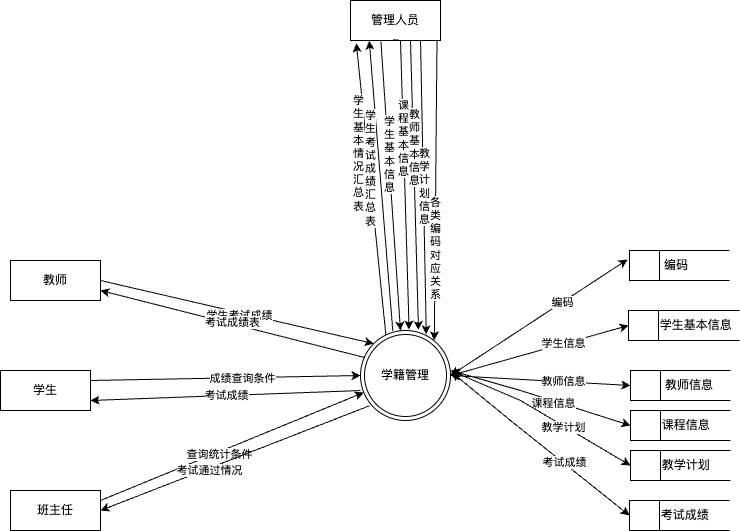
Before: .drawio.png, a diagram exported from draw.io (SwanWoo/A_Long_Road). Source tidied: cells renumbered, new cells last; positions are measured from the earlier drawing's top-left corner, leaving out a move shared by most shapes.
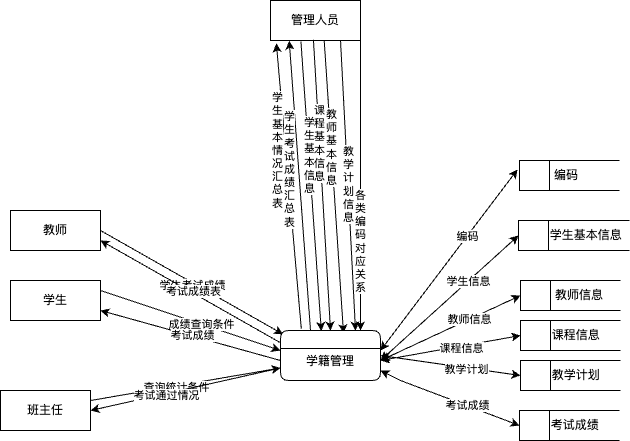
After the commit.

Commit message:
一层数据流图.drawio.png

What changed in the source:
```diff
@@ -3,20 +3,17 @@
     <mxCell id="0" />
     <mxCell id="1" parent="0" />
     <mxCell id="2" value="管理人员" style="html=1;dashed=0;whiteSpace=wrap;" parent="1" vertex="1">
-      <mxGeometry x="350" width="90" height="40" as="geometry" />
+      <mxGeometry x="380" y="90" width="90" height="40" as="geometry" />
     </mxCell>
     <mxCell id="3" value="教师" style="html=1;dashed=0;whiteSpace=wrap;" parent="1" vertex="1">
-      <mxGeometry x="10" y="260" width="90" height="40" as="geometry" />
+      <mxGeometry x="120" y="300" width="90" height="40" as="geometry" />
     </mxCell>
     <mxCell id="4" value="学生" style="html=1;dashed=0;whiteSpace=wrap;" parent="1" vertex="1">
-      <mxGeometry y="370" width="90" height="40" as="geometry" />
+      <mxGeometry x="120" y="370" width="90" height="40" as="geometry" />
     </mxCell>
     <mxCell id="5" value="班主任" style="html=1;dashed=0;whiteSpace=wrap;" parent="1" vertex="1">
-      <mxGeometry x="10" y="490" width="90" height="40" as="geometry" />
+      <mxGeometry x="110" y="480" width="90" height="40" as="geometry" />
     </mxCell>
-    <mxCell id="6" value="学籍管理" style="ellipse;shape=doubleEllipse;html=1;dashed=0;whiteSpace=wrap;" parent="1" vertex="1">
-      <mxGeometry x="360" y="330" width="90" height="90" as="geometry" />
-    </mxCell>
     <mxCell id="7" value="&amp;nbsp; &amp;nbsp; &amp;nbsp; &amp;nbsp; &amp;nbsp;教师信息" style="html=1;dashed=0;whiteSpace=wrap;shape=mxgraph.dfd.dataStoreID;align=left;spacingLeft=3;points=[[0,0],[0.5,0],[1,0],[0,0.5],[1,0.5],[0,1],[0.5,1],[1,1]];" parent="1" vertex="1">
       <mxGeometry x="630" y="370" width="100" height="30" as="geometry" />
     </mxCell>
@@ -35,24 +32,30 @@
     <mxCell id="12" value="&amp;nbsp; &amp;nbsp; &amp;nbsp; &amp;nbsp; 考试成绩" style="html=1;dashed=0;whiteSpace=wrap;shape=mxgraph.dfd.dataStoreID;align=left;spacingLeft=3;points=[[0,0],[0.5,0],[1,0],[0,0.5],[1,0.5],[0,1],[0.5,1],[1,1]];" parent="1" vertex="1">
       <mxGeometry x="629" y="500" width="100" height="30" as="geometry" />
     </mxCell>
-    <mxCell id="13" style="endArrow=classic;startArrow=classic;html=1;rounded=0;exitX=1;exitY=0.5;exitDx=0;exitDy=0;entryX=-0.02;entryY=0.3;entryDx=0;entryDy=0;entryPerimeter=0;" parent="1" edge="1" source="6" target="9">
-      <mxGeometry relative="1" as="geometry" />
+    <mxCell id="13" style="endArrow=classic;startArrow=classic;html=1;rounded=0;entryX=-0.02;entryY=0.3;entryDx=0;entryDy=0;entryPerimeter=0;" parent="1" edge="1" target="9">
+      <mxGeometry relative="1" as="geometry">
+        <mxPoint x="490" y="440" as="sourcePoint" />
+      </mxGeometry>
     </mxCell>
     <mxCell id="14" value="编码" style="edgeLabel;html=1;align=center;verticalAlign=middle;" parent="13" vertex="1">
       <mxGeometry x="0.26" relative="1" as="geometry">
         <mxPoint y="-1" as="offset" />
       </mxGeometry>
     </mxCell>
-    <mxCell id="15" style="endArrow=classic;startArrow=classic;html=1;rounded=0;exitX=1;exitY=0.5;exitDx=0;exitDy=0;entryX=0;entryY=0.5;entryDx=0;entryDy=0;" parent="1" edge="1" source="6" target="8">
-      <mxGeometry relative="1" as="geometry" />
+    <mxCell id="15" style="endArrow=classic;startArrow=classic;html=1;rounded=0;entryX=0;entryY=0.5;entryDx=0;entryDy=0;" parent="1" edge="1" target="8">
+      <mxGeometry relative="1" as="geometry">
+        <mxPoint x="490" y="450" as="sourcePoint" />
+      </mxGeometry>
     </mxCell>
     <mxCell id="16" value="学生信息" style="edgeLabel;html=1;align=center;verticalAlign=middle;" parent="15" vertex="1">
       <mxGeometry x="0.26" relative="1" as="geometry">
         <mxPoint y="-1" as="offset" />
       </mxGeometry>
     </mxCell>
-    <mxCell id="17" style="endArrow=classic;startArrow=classic;html=1;rounded=0;exitX=1;exitY=0.5;exitDx=0;exitDy=0;entryX=0;entryY=0.5;entryDx=0;entryDy=0;" parent="1" edge="1" source="6" target="7">
-      <mxGeometry relative="1" as="geometry" />
+    <mxCell id="17" style="endArrow=classic;startArrow=classic;html=1;rounded=0;entryX=0;entryY=0.5;entryDx=0;entryDy=0;" parent="1" edge="1" target="7">
+      <mxGeometry relative="1" as="geometry">
+        <mxPoint x="490" y="450" as="sourcePoint" />
+      </mxGeometry>
     </mxCell>
     <mxCell id="18" value="教师信息" style="edgeLabel;html=1;align=center;verticalAlign=middle;" parent="17" vertex="1">
       <mxGeometry x="0.26" relative="1" as="geometry">
@@ -61,30 +64,23 @@
     </mxCell>
     <mxCell id="19" style="endArrow=classic;startArrow=classic;html=1;rounded=0;entryX=0;entryY=0.5;entryDx=0;entryDy=0;" parent="1" edge="1" target="10">
       <mxGeometry relative="1" as="geometry">
-        <mxPoint x="450" y="370" as="sourcePoint" />
-        <Array as="points">
-          <mxPoint x="520" y="390" />
-        </Array>
+        <mxPoint x="490" y="450" as="sourcePoint" />
       </mxGeometry>
     </mxCell>
     <mxCell id="20" value="课程信息" style="edgeLabel;html=1;align=center;verticalAlign=middle;" parent="19" vertex="1">
       <mxGeometry x="0.15" y="-2" relative="1" as="geometry" />
     </mxCell>
-    <mxCell id="21" style="endArrow=classic;startArrow=classic;html=1;rounded=0;entryX=0;entryY=0.5;entryDx=0;entryDy=0;" parent="1" edge="1" target="11">
-      <mxGeometry relative="1" as="geometry">
-        <mxPoint x="450" y="370" as="sourcePoint" />
-        <Array as="points">
-          <mxPoint x="520" y="400" />
-        </Array>
-      </mxGeometry>
+    <mxCell id="21" style="endArrow=classic;startArrow=classic;html=1;rounded=0;entryX=0;entryY=0.5;entryDx=0;entryDy=0;exitX=1;exitY=0.5;exitDx=0;exitDy=0;" parent="1" edge="1" source="6" target="11">
+      <mxGeometry relative="1" as="geometry" />
     </mxCell>
     <mxCell id="22" value="教学计划" style="edgeLabel;html=1;align=center;verticalAlign=middle;" parent="21" vertex="1">
       <mxGeometry x="0.23" y="-1" relative="1" as="geometry" />
     </mxCell>
-    <mxCell id="23" style="endArrow=classic;startArrow=classic;html=1;rounded=0;exitX=1.012;exitY=0.463;exitDx=0;exitDy=0;exitPerimeter=0;entryX=0;entryY=0.5;entryDx=0;entryDy=0;" parent="1" edge="1" source="6" target="12">
+    <mxCell id="23" style="endArrow=classic;startArrow=classic;html=1;rounded=0;entryX=0;entryY=0.5;entryDx=0;entryDy=0;" parent="1" edge="1" target="12">
       <mxGeometry relative="1" as="geometry">
+        <mxPoint x="490" y="460" as="sourcePoint" />
         <Array as="points">
-          <mxPoint x="510" y="420" />
+          <mxPoint x="510" y="470" />
         </Array>
       </mxGeometry>
     </mxCell>
@@ -93,7 +89,7 @@
         <mxPoint y="-1" as="offset" />
       </mxGeometry>
     </mxCell>
-    <mxCell id="25" style="endArrow=classic;html=1;rounded=0;exitX=1;exitY=0.5;exitDx=0;exitDy=0;entryX=0;entryY=0;entryDx=0;entryDy=0;" parent="1" edge="1" source="3" target="6">
+    <mxCell id="25" style="endArrow=classic;html=1;rounded=0;exitX=1;exitY=0.5;exitDx=0;exitDy=0;entryX=0.026;entryY=0.075;entryDx=0;entryDy=0;entryPerimeter=0;" parent="1" edge="1" source="3" target="6">
       <mxGeometry relative="1" as="geometry" />
     </mxCell>
     <mxCell id="26" value="学生考试成绩" style="edgeLabel;html=1;align=center;verticalAlign=middle;" parent="25" vertex="1">
@@ -105,31 +101,35 @@
     <mxCell id="28" value="考试成绩表" style="edgeLabel;html=1;align=center;verticalAlign=middle;" parent="27" vertex="1">
       <mxGeometry x="0.01" y="-2" relative="1" as="geometry" />
     </mxCell>
-    <mxCell id="29" style="endArrow=classic;html=1;rounded=0;exitX=1;exitY=0.25;exitDx=0;exitDy=0;entryX=0;entryY=0.5;entryDx=0;entryDy=0;" parent="1" edge="1" source="4" target="6">
-      <mxGeometry relative="1" as="geometry" />
+    <mxCell id="29" style="endArrow=classic;html=1;rounded=0;exitX=1;exitY=0.25;exitDx=0;exitDy=0;" parent="1" edge="1" source="4">
+      <mxGeometry relative="1" as="geometry">
+        <mxPoint x="390" y="440" as="targetPoint" />
+      </mxGeometry>
     </mxCell>
     <mxCell id="30" value="成绩查询条件" style="edgeLabel;html=1;align=center;verticalAlign=middle;" parent="29" vertex="1">
       <mxGeometry x="0.12" relative="1" as="geometry" />
     </mxCell>
-    <mxCell id="31" style="endArrow=classic;html=1;rounded=0;entryX=1;entryY=0.75;entryDx=0;entryDy=0;exitX=0;exitY=0.667;exitDx=0;exitDy=0;exitPerimeter=0;" parent="1" edge="1" source="6" target="4">
-      <mxGeometry relative="1" as="geometry" />
+    <mxCell id="31" style="endArrow=classic;html=1;rounded=0;entryX=1;entryY=0.75;entryDx=0;entryDy=0;" parent="1" edge="1" target="4">
+      <mxGeometry relative="1" as="geometry">
+        <mxPoint x="390" y="450" as="sourcePoint" />
+      </mxGeometry>
     </mxCell>
     <mxCell id="32" value="考试成绩" style="edgeLabel;html=1;align=center;verticalAlign=middle;" parent="31" vertex="1">
       <mxGeometry x="-0.01" y="-1" relative="1" as="geometry" />
     </mxCell>
-    <mxCell id="33" style="endArrow=classic;html=1;rounded=0;exitX=1;exitY=0.25;exitDx=0;exitDy=0;" parent="1" edge="1" source="5" target="6">
+    <mxCell id="33" style="endArrow=classic;html=1;rounded=0;exitX=1;exitY=0.25;exitDx=0;exitDy=0;entryX=0;entryY=0.75;entryDx=0;entryDy=0;" parent="1" edge="1" source="5" target="6">
       <mxGeometry relative="1" as="geometry" />
     </mxCell>
     <mxCell id="34" value="查询统计条件" style="edgeLabel;html=1;align=center;verticalAlign=middle;" parent="33" vertex="1">
       <mxGeometry x="-0.1" y="-1" relative="1" as="geometry" />
     </mxCell>
-    <mxCell id="35" style="endArrow=classic;html=1;rounded=0;entryX=1;entryY=0.5;entryDx=0;entryDy=0;exitX=0.098;exitY=0.837;exitDx=0;exitDy=0;exitPerimeter=0;" parent="1" edge="1" source="6" target="5">
+    <mxCell id="35" style="endArrow=classic;html=1;rounded=0;entryX=1;entryY=0.5;entryDx=0;entryDy=0;exitX=0;exitY=0.75;exitDx=0;exitDy=0;" parent="1" edge="1" source="6" target="5">
       <mxGeometry relative="1" as="geometry" />
     </mxCell>
     <mxCell id="36" value="考试通过情况" style="edgeLabel;html=1;align=center;verticalAlign=middle;" parent="35" vertex="1">
       <mxGeometry x="0.2" y="1" relative="1" as="geometry" />
     </mxCell>
-    <mxCell id="37" style="endArrow=classic;html=1;rounded=0;entryX=0.065;entryY=1.069;entryDx=0;entryDy=0;entryPerimeter=0;exitX=0.282;exitY=0.05;exitDx=0;exitDy=0;exitPerimeter=0;" parent="1" edge="1" source="6" target="2">
+    <mxCell id="37" style="endArrow=classic;html=1;rounded=0;entryX=0.065;entryY=1.069;entryDx=0;entryDy=0;entryPerimeter=0;exitX=0.208;exitY=-0.033;exitDx=0;exitDy=0;exitPerimeter=0;" parent="1" edge="1" source="6" target="2">
       <mxGeometry relative="1" as="geometry" />
     </mxCell>
     <mxCell id="38" value="学&lt;div&gt;生&lt;/div&gt;&lt;div&gt;基&lt;/div&gt;&lt;div&gt;本&lt;/div&gt;&lt;div&gt;情&lt;/div&gt;&lt;div&gt;况&lt;/div&gt;&lt;div&gt;汇&lt;/div&gt;&lt;div&gt;总&lt;/div&gt;&lt;div&gt;表&lt;/div&gt;" style="edgeLabel;html=1;align=center;verticalAlign=middle;" parent="37" vertex="1">
@@ -137,7 +137,7 @@
         <mxPoint x="-5" y="49" as="offset" />
       </mxGeometry>
     </mxCell>
-    <mxCell id="39" style="endArrow=classic;html=1;rounded=0;entryX=0.208;entryY=1.005;entryDx=0;entryDy=0;entryPerimeter=0;exitX=0.359;exitY=0.005;exitDx=0;exitDy=0;exitPerimeter=0;" parent="1" edge="1" source="6" target="2">
+    <mxCell id="39" style="endArrow=classic;html=1;rounded=0;entryX=0.208;entryY=1.005;entryDx=0;entryDy=0;entryPerimeter=0;exitX=0.3;exitY=0;exitDx=0;exitDy=0;exitPerimeter=0;" parent="1" edge="1" source="6" target="2">
       <mxGeometry relative="1" as="geometry" />
     </mxCell>
     <mxCell id="40" value="学&lt;div&gt;生&lt;/div&gt;&lt;div&gt;考&lt;/div&gt;&lt;div&gt;试&lt;/div&gt;&lt;div&gt;成&lt;/div&gt;&lt;div&gt;绩&lt;/div&gt;&lt;div&gt;汇&lt;/div&gt;&lt;div&gt;总&lt;br&gt;&lt;/div&gt;&lt;div&gt;表&lt;/div&gt;" style="edgeLabel;html=1;align=center;verticalAlign=middle;" parent="39" vertex="1">
@@ -145,47 +145,44 @@
         <mxPoint x="-8" y="29" as="offset" />
       </mxGeometry>
     </mxCell>
-    <mxCell id="41" style="endArrow=classic;html=1;rounded=0;exitX=0.338;exitY=1.027;exitDx=0;exitDy=0;exitPerimeter=0;entryX=0.444;entryY=0;entryDx=0;entryDy=0;entryPerimeter=0;" parent="1" edge="1" source="2" target="6">
+    <mxCell id="41" style="endArrow=classic;html=1;rounded=0;exitX=0.338;exitY=1.027;exitDx=0;exitDy=0;exitPerimeter=0;entryX=0.408;entryY=0.011;entryDx=0;entryDy=0;entryPerimeter=0;" parent="1" edge="1" source="2" target="6">
       <mxGeometry relative="1" as="geometry" />
     </mxCell>
     <mxCell id="42" value="学&lt;div&gt;生&lt;/div&gt;&lt;div&gt;基&lt;/div&gt;&lt;div&gt;本&lt;/div&gt;&lt;div&gt;信&lt;/div&gt;&lt;div&gt;息&lt;/div&gt;" style="edgeLabel;html=1;align=center;verticalAlign=middle;" parent="41" vertex="1">
       <mxGeometry x="-0.22" relative="1" as="geometry" />
     </mxCell>
-    <mxCell id="43" style="endArrow=classic;html=1;rounded=0;entryX=0.54;entryY=-0.009;entryDx=0;entryDy=0;entryPerimeter=0;exitX=0.477;exitY=0.98;exitDx=0;exitDy=0;exitPerimeter=0;" parent="1" edge="1" source="2" target="6">
-      <mxGeometry relative="1" as="geometry">
-        <Array as="points">
-          <mxPoint x="400" y="40" />
-        </Array>
-      </mxGeometry>
+    <mxCell id="43" style="endArrow=classic;html=1;rounded=0;entryX=0.5;entryY=0;entryDx=0;entryDy=0;exitX=0.477;exitY=0.98;exitDx=0;exitDy=0;exitPerimeter=0;" parent="1" edge="1" source="2" target="6">
+      <mxGeometry relative="1" as="geometry" />
     </mxCell>
     <mxCell id="44" value="课&lt;div&gt;程&lt;/div&gt;&lt;div&gt;基&lt;/div&gt;&lt;div&gt;本&lt;/div&gt;&lt;div&gt;信&lt;/div&gt;&lt;div&gt;息&lt;/div&gt;" style="edgeLabel;html=1;align=center;verticalAlign=middle;" parent="43" vertex="1">
       <mxGeometry x="-0.41" y="1" relative="1" as="geometry">
         <mxPoint x="-1" y="17" as="offset" />
       </mxGeometry>
     </mxCell>
-    <mxCell id="45" style="endArrow=classic;html=1;rounded=0;entryX=0.644;entryY=-0.005;entryDx=0;entryDy=0;entryPerimeter=0;" parent="1" edge="1" target="6">
-      <mxGeometry relative="1" as="geometry">
-        <mxPoint x="410" y="40" as="sourcePoint" />
-      </mxGeometry>
+    <mxCell id="45" style="endArrow=classic;html=1;rounded=0;entryX=0.63;entryY=0.056;entryDx=0;entryDy=0;entryPerimeter=0;exitX=0.597;exitY=1.006;exitDx=0;exitDy=0;exitPerimeter=0;" parent="1" edge="1" source="2" target="6">
+      <mxGeometry relative="1" as="geometry" />
     </mxCell>
     <mxCell id="46" value="教&lt;div&gt;师&lt;/div&gt;&lt;div&gt;基&lt;/div&gt;&lt;div&gt;本&lt;/div&gt;&lt;div&gt;信&lt;/div&gt;&lt;div&gt;息&lt;br&gt;&lt;/div&gt;" style="edgeLabel;html=1;align=center;verticalAlign=middle;" parent="45" vertex="1">
       <mxGeometry x="-0.32" relative="1" as="geometry">
         <mxPoint y="8" as="offset" />
       </mxGeometry>
     </mxCell>
-    <mxCell id="47" style="endArrow=classic;html=1;rounded=0;exitX=0.778;exitY=1;exitDx=0;exitDy=0;exitPerimeter=0;entryX=0.731;entryY=0.043;entryDx=0;entryDy=0;entryPerimeter=0;" parent="1" edge="1" source="2" target="6">
+    <mxCell id="47" style="endArrow=classic;html=1;rounded=0;exitX=0.778;exitY=1;exitDx=0;exitDy=0;exitPerimeter=0;entryX=0.75;entryY=0;entryDx=0;entryDy=0;" parent="1" edge="1" source="2" target="6">
       <mxGeometry relative="1" as="geometry" />
     </mxCell>
     <mxCell id="48" value="教&lt;div&gt;学&lt;/div&gt;&lt;div&gt;计&lt;/div&gt;&lt;div&gt;划&lt;/div&gt;&lt;div&gt;信&lt;/div&gt;&lt;div&gt;息&lt;/div&gt;" style="edgeLabel;html=1;align=center;verticalAlign=middle;" parent="47" vertex="1">
       <mxGeometry x="-0.01" relative="1" as="geometry" />
     </mxCell>
-    <mxCell id="49" style="endArrow=classic;html=1;rounded=0;exitX=0.778;exitY=1;exitDx=0;exitDy=0;exitPerimeter=0;entryX=0.82;entryY=0.109;entryDx=0;entryDy=0;entryPerimeter=0;" parent="1" edge="1" target="6">
+    <mxCell id="49" style="endArrow=classic;html=1;rounded=0;exitX=1;exitY=1;exitDx=0;exitDy=0;entryX=0.82;entryY=0.109;entryDx=0;entryDy=0;entryPerimeter=0;" parent="1" edge="1" source="2">
       <mxGeometry relative="1" as="geometry">
-        <mxPoint x="436.5" y="40" as="sourcePoint" />
+        <mxPoint x="470" y="420" as="targetPoint" />
       </mxGeometry>
     </mxCell>
     <mxCell id="50" value="各&lt;div&gt;类&lt;/div&gt;&lt;div&gt;编&lt;/div&gt;&lt;div&gt;码&lt;/div&gt;&lt;div&gt;对&lt;/div&gt;&lt;div&gt;应&lt;/div&gt;&lt;div&gt;关&lt;/div&gt;&lt;div&gt;系&lt;br&gt;&lt;/div&gt;" style="edgeLabel;html=1;align=center;verticalAlign=middle;" parent="49" vertex="1">
       <mxGeometry x="0.38" y="-1" relative="1" as="geometry" />
     </mxCell>
+    <mxCell id="6" value="&#10;&#10;&#10;学籍管理" style="swimlane;fontStyle=0;horizontal=1;startSize=18;fillColor=#ffffff;swimlaneFillColor=#ffffff;rounded=1;" parent="1" vertex="1">
+      <mxGeometry x="390" y="420" width="100" height="50" as="geometry" />
+    </mxCell>
   </root>
 </mxGraphModel>
```
